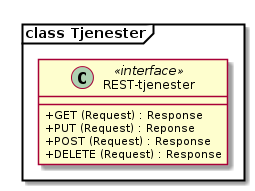
This is kapitler/media/uml-klasse-http-metoder.png from arkivverket/noark5-tjenestegrensesnitt-standard, a PlantUML export, as it was before one commit.
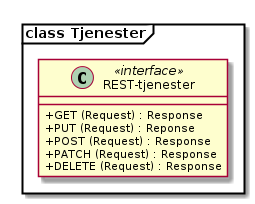
After the change.

Diff of the diagram source:
```diff
@@ -7,6 +7,7 @@
   +GET (Request) : Response
   +PUT (Request) : Reponse
   +POST (Request) : Response
+  +PATCH (Request) : Response
   +DELETE (Request) : Response
 }
 
```
